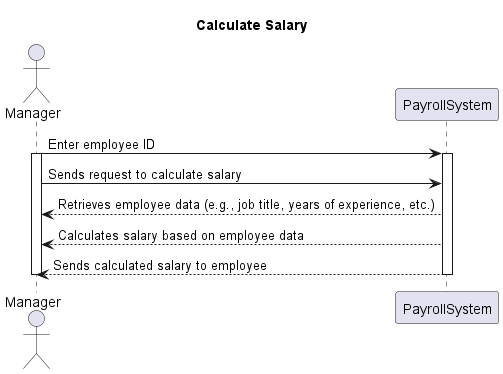
Before: Lab1.2/Sequence diagram/Calculate salary.png, a diagram exported from PlantUML (baonehe/SE357-Pratice-class). The source it was exported from:
```plantuml
@startuml
title Calculate Salary

actor Manager
participant PayrollSystem

Manager -> PayrollSystem: Enter employee ID
activate Manager
activate PayrollSystem

Manager -> PayrollSystem: Sends request to calculate salary
PayrollSystem --> Manager: Retrieves employee data (e.g., job title, years of experience, etc.)
PayrollSystem --> Manager: Calculates salary based on employee data
PayrollSystem --> Manager: Sends calculated salary to employee

deactivate Manager
deactivate PayrollSystem
@enduml
```
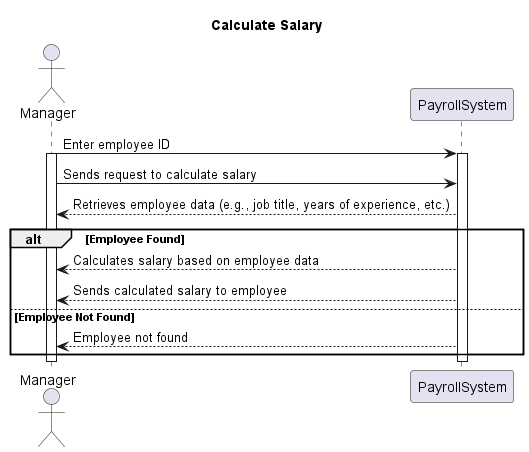
The same diagram one commit later.

What changed in the source:
```diff
@@ -10,8 +10,13 @@
 
 Manager -> PayrollSystem: Sends request to calculate salary
 PayrollSystem --> Manager: Retrieves employee data (e.g., job title, years of experience, etc.)
-PayrollSystem --> Manager: Calculates salary based on employee data
-PayrollSystem --> Manager: Sends calculated salary to employee
+
+alt Employee Found
+  PayrollSystem --> Manager: Calculates salary based on employee data
+  PayrollSystem --> Manager: Sends calculated salary to employee
+else Employee Not Found
+  PayrollSystem --> Manager: Employee not found
+end
 
 deactivate Manager
 deactivate PayrollSystem
```
